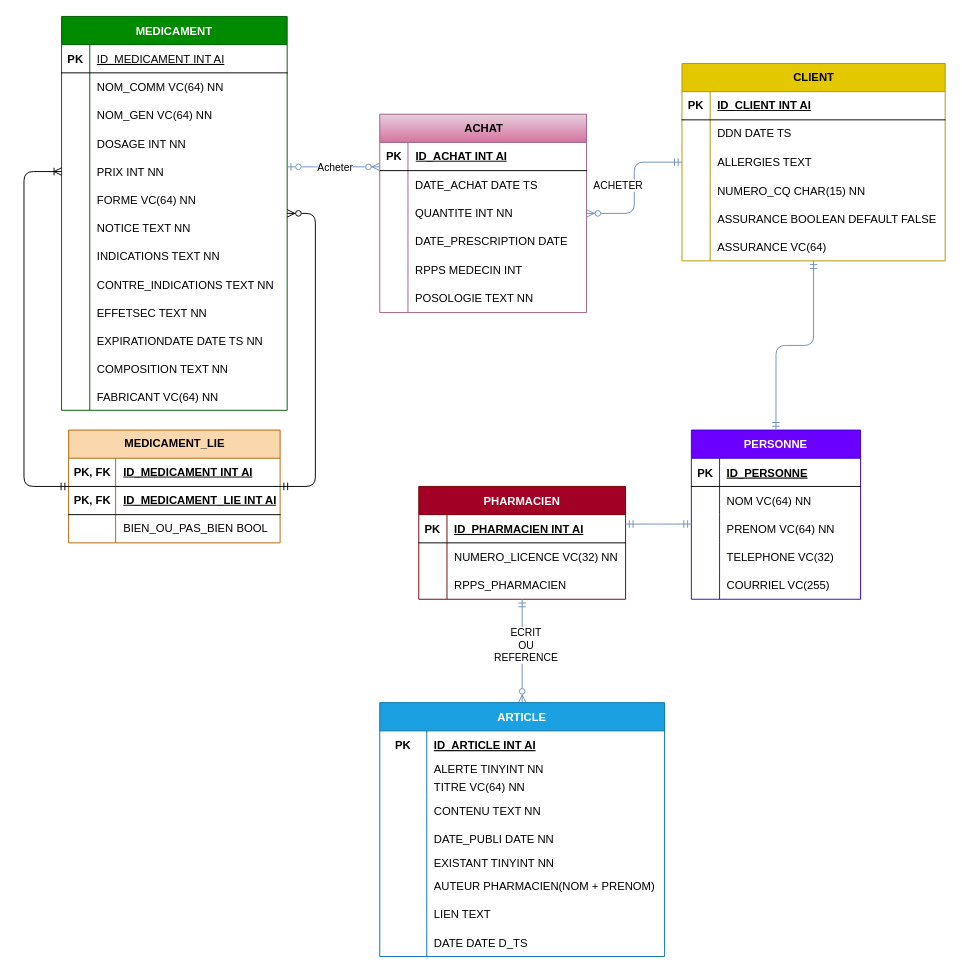
Earlier version of the draw.io diagram docs/MCD.drawio (LazuliEXE/PharmaZen). Source tidied: cells renumbered, new cells numbered last; positions are measured from the earlier drawing's top-left corner, leaving out a move shared by most shapes. Both pictures are drawn from the tidied source at 94%, with x=0, y=0 at pixel (24, 16).
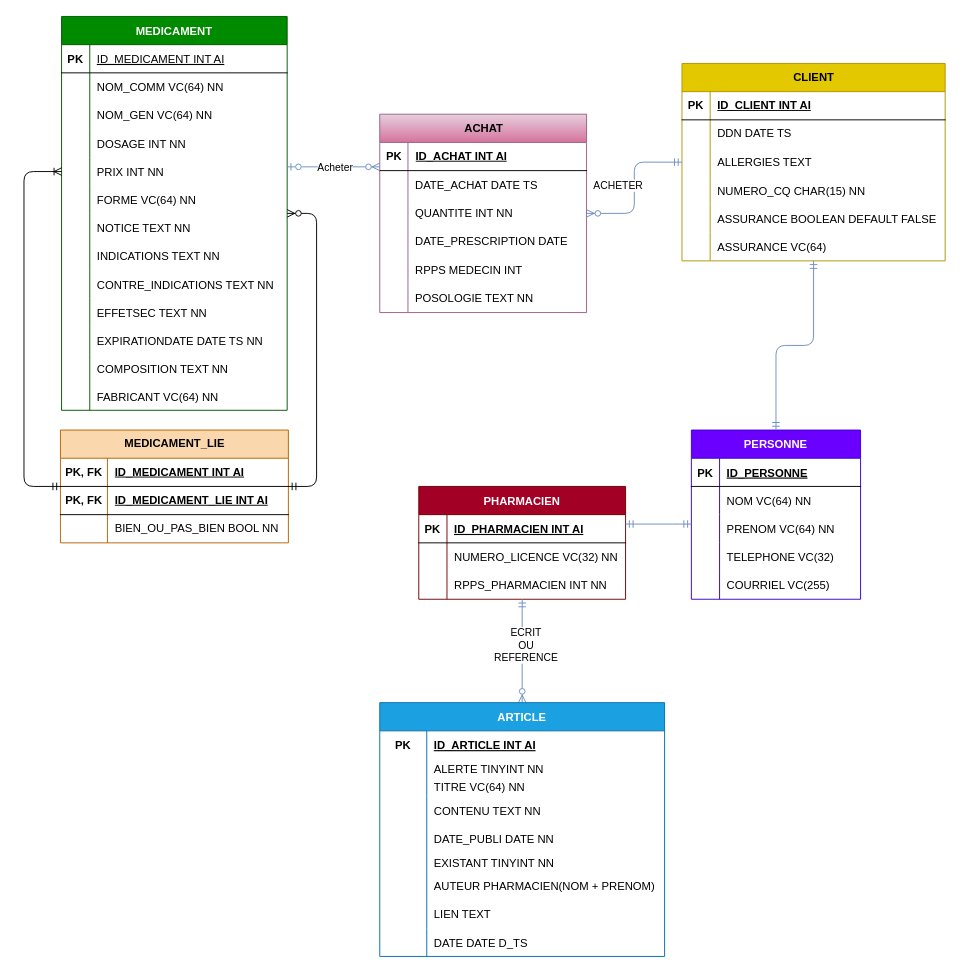
Above is the later version.

Commit message:
Ajustement MCD

Unchanged cells that the change refers to:
```xml
<mxCell id="9" style="shape=tableRow;horizontal=0;startSize=0;swimlaneHead=0;swimlaneBody=0;fillColor=none;top=0;left=0;right=0;bottom=0;" parent="2" vertex="1">
  <mxGeometry y="90" width="220" height="30" as="geometry" />
</mxCell>
```

Change to the diagram source:
```diff
@@
-    <mxCell id="11" value="RPPS_PHARMACIEN" style="shape=partialRectangle;fillColor=none;top=0;left=0;bottom=0;right=0;align=left;spacingLeft=6;overflow=hidden;" parent="9" vertex="1">
+    <mxCell id="11" value="RPPS_PHARMACIEN INT NN" style="shape=partialRectangle;fillColor=none;top=0;left=0;bottom=0;right=0;align=left;spacingLeft=6;overflow=hidden;" parent="9" vertex="1">
       <mxGeometry x="30" width="190" height="30" as="geometry" />
     </mxCell>
@@
     <mxCell id="142" value="MEDICAMENT_LIE" style="shape=table;startSize=30;childLayout=tableLayout;rowLines=0;fontStyle=1;align=center;html=1;fillColor=#fad7ac;strokeColor=#b46504;" parent="1" vertex="1">
-      <mxGeometry x="47.5" y="440" width="225" height="120" as="geometry" />
+      <mxGeometry x="38.8" y="440" width="242.5" height="120" as="geometry" />
     </mxCell>
     <mxCell id="143" style="shape=tableRow;horizontal=0;startSize=0;swimlaneHead=0;swimlaneBody=0;fillColor=none;top=0;left=0;right=0;bottom=1;" parent="142" vertex="1">
-      <mxGeometry y="30" width="225" height="30" as="geometry" />
+      <mxGeometry y="30" width="242.5" height="30" as="geometry" />
     </mxCell>
@@
     <mxCell id="145" value="ID_MEDICAMENT INT AI" style="shape=partialRectangle;fillColor=none;top=0;left=0;bottom=0;right=0;align=left;spacingLeft=6;fontStyle=5;overflow=hidden;whiteSpace=wrap;html=1;" parent="143" vertex="1">
-      <mxGeometry x="50" width="175" height="30" as="geometry" />
+      <mxGeometry x="50" width="192.5" height="30" as="geometry" />
     </mxCell>
     <mxCell id="146" style="shape=tableRow;horizontal=0;startSize=0;swimlaneHead=0;swimlaneBody=0;fillColor=none;top=0;left=0;right=0;bottom=1;" parent="142" vertex="1">
-      <mxGeometry y="60" width="225" height="30" as="geometry" />
+      <mxGeometry y="60" width="242.5" height="30" as="geometry" />
     </mxCell>
@@
     <mxCell id="148" value="ID_MEDICAMENT_LIE INT AI" style="shape=partialRectangle;fillColor=none;top=0;left=0;bottom=0;right=0;align=left;spacingLeft=6;fontStyle=5;overflow=hidden;whiteSpace=wrap;html=1;" parent="146" vertex="1">
-      <mxGeometry x="50" width="175" height="30" as="geometry" />
+      <mxGeometry x="50" width="192.5" height="30" as="geometry" />
     </mxCell>
     <mxCell id="149" style="shape=tableRow;horizontal=0;startSize=0;swimlaneHead=0;swimlaneBody=0;fillColor=none;top=0;left=0;right=0;bottom=0;" parent="142" vertex="1">
-      <mxGeometry y="90" width="225" height="30" as="geometry" />
+      <mxGeometry y="90" width="242.5" height="30" as="geometry" />
     </mxCell>
@@
-    <mxCell id="151" value="BIEN_OU_PAS_BIEN BOOL" style="shape=partialRectangle;fillColor=none;top=0;left=0;bottom=0;right=0;align=left;spacingLeft=6;overflow=hidden;whiteSpace=wrap;html=1;" parent="149" vertex="1">
-      <mxGeometry x="50" width="175" height="30" as="geometry" />
+    <mxCell id="151" value="BIEN_OU_PAS_BIEN BOOL NN" style="shape=partialRectangle;fillColor=none;top=0;left=0;bottom=0;right=0;align=left;spacingLeft=6;overflow=hidden;whiteSpace=wrap;html=1;" parent="149" vertex="1">
+      <mxGeometry x="50" width="192.5" height="30" as="geometry" />
     </mxCell>
```
